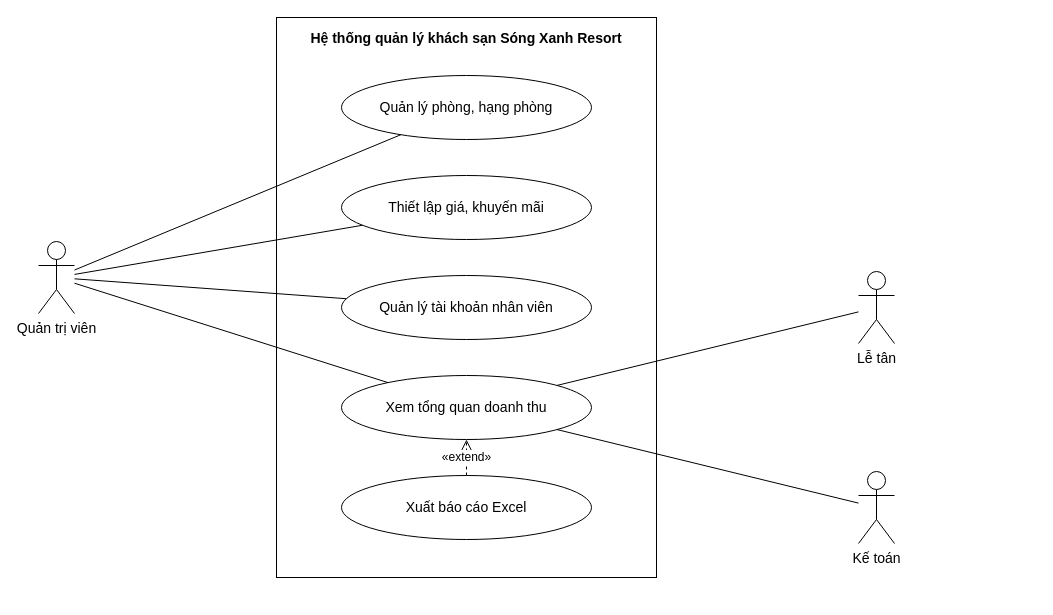
The draw.io diagram docs/use-case/uc5-quan-tri-phong-gia.drawio in ngynquchn2511/beach-hotel, before the edit. Source tidied: cells renumbered, new cells numbered last; positions are measured from the earlier drawing's top-left corner, leaving out a move shared by most shapes. Both pictures are drawn from the tidied source at 100%, with x=0, y=0 at pixel (38, 17).
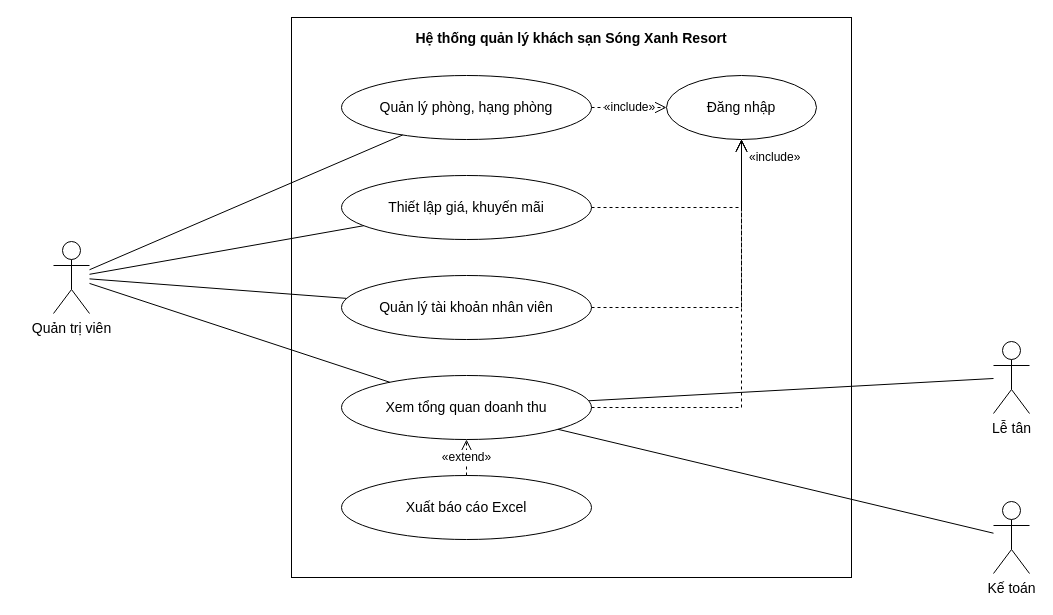
The same diagram, later.

Unchanged cells that the change refers to:
```xml
<mxCell id="3" value="Quản lý phòng, hạng phòng" style="fontFamily=Arial;fontColor=#000000;ellipse;whiteSpace=wrap;html=1;fillColor=#FFFFFF;strokeColor=#000000;fontSize=14;" parent="1" vertex="1">
  <mxGeometry x="303" y="58" width="250" height="64" as="geometry" />
</mxCell>
<mxCell id="4" value="Thiết lập giá, khuyến mãi" style="fontFamily=Arial;fontColor=#000000;ellipse;whiteSpace=wrap;html=1;fillColor=#FFFFFF;strokeColor=#000000;fontSize=14;" parent="1" vertex="1">
  <mxGeometry x="303" y="158" width="250" height="64" as="geometry" />
</mxCell>
<mxCell id="5" value="Quản lý tài khoản nhân viên" style="fontFamily=Arial;fontColor=#000000;ellipse;whiteSpace=wrap;html=1;fillColor=#FFFFFF;strokeColor=#000000;fontSize=14;" parent="1" vertex="1">
  <mxGeometry x="303" y="258" width="250" height="64" as="geometry" />
</mxCell>
<mxCell id="6" value="Xem tổng quan doanh thu" style="fontFamily=Arial;fontColor=#000000;ellipse;whiteSpace=wrap;html=1;fillColor=#FFFFFF;strokeColor=#000000;fontSize=14;" parent="1" vertex="1">
  <mxGeometry x="303" y="358" width="250" height="64" as="geometry" />
</mxCell>
<mxCell id="7" value="Xuất báo cáo Excel" style="fontFamily=Arial;fontColor=#000000;ellipse;whiteSpace=wrap;html=1;fillColor=#FFFFFF;strokeColor=#000000;fontSize=14;" parent="1" vertex="1">
  <mxGeometry x="303" y="458" width="250" height="64" as="geometry" />
</mxCell>
```

Diff of the diagram source:
```diff
@@
     <mxCell id="2" value="Hệ thống quản lý khách sạn Sóng Xanh Resort" style="fontFamily=Arial;fontColor=#000000;rounded=0;whiteSpace=wrap;html=1;verticalAlign=top;fontStyle=1;fontSize=14;fillColor=none;strokeColor=#000000;spacingTop=6;" parent="1" vertex="1">
-      <mxGeometry x="238" width="380" height="560" as="geometry" />
+      <mxGeometry x="253" width="560" height="560" as="geometry" />
     </mxCell>
@@
-    <mxCell id="8" value="Quản trị viên" style="fontFamily=Arial;fontColor=#000000;shape=umlActor;verticalLabelPosition=bottom;verticalAlign=top;html=1;outlineConnect=0;fillColor=#FFFFFF;strokeColor=#000000;fontSize=14;" parent="1" vertex="1">
-      <mxGeometry y="224" width="36" height="72" as="geometry" />
+    <mxCell id="8" value="Đăng nhập" style="fontFamily=Arial;fontColor=#000000;ellipse;whiteSpace=wrap;html=1;fillColor=#FFFFFF;strokeColor=#000000;fontSize=14;" parent="1" vertex="1">
+      <mxGeometry x="628" y="58" width="150" height="64" as="geometry" />
     </mxCell>
+    <mxCell id="18" value="«include»" style="fontFamily=Arial;fontColor=#000000;endArrow=open;endSize=10;dashed=1;html=1;strokeColor=#000000;rounded=0;fontSize=12;labelBackgroundColor=#FFFFFF;exitX=1;exitY=0.5;exitDx=0;exitDy=0;exitPerimeter=0;entryX=0;entryY=0.5;entryDx=0;entryDy=0;entryPerimeter=0;" parent="1" edge="1" source="3" target="8">
+      <mxGeometry relative="1" as="geometry" />
+    </mxCell>
+    <mxCell id="19" style="fontFamily=Arial;fontColor=#000000;endArrow=open;endSize=10;dashed=1;html=1;strokeColor=#000000;rounded=0;fontSize=12;labelBackgroundColor=#FFFFFF;exitX=1;exitY=0.5;exitDx=0;exitDy=0;exitPerimeter=0;entryX=0.5;entryY=1;entryDx=0;entryDy=0;entryPerimeter=0;" parent="1" edge="1" source="4" target="8">
+      <mxGeometry relative="1" as="geometry">
+        <Array as="points">
+          <mxPoint x="703" y="190" />
+        </Array>
+      </mxGeometry>
+    </mxCell>
+    <mxCell id="11" style="fontFamily=Arial;fontColor=#000000;endArrow=open;endSize=10;dashed=1;html=1;strokeColor=#000000;rounded=0;fontSize=12;labelBackgroundColor=#FFFFFF;exitX=1;exitY=0.5;exitDx=0;exitDy=0;exitPerimeter=0;entryX=0.5;entryY=1;entryDx=0;entryDy=0;entryPerimeter=0;" parent="1" edge="1" source="5" target="8">
+      <mxGeometry relative="1" as="geometry">
+        <Array as="points">
+          <mxPoint x="703" y="290" />
+        </Array>
+      </mxGeometry>
+    </mxCell>
+    <mxCell id="12" style="fontFamily=Arial;fontColor=#000000;endArrow=open;endSize=10;dashed=1;html=1;strokeColor=#000000;rounded=0;fontSize=12;labelBackgroundColor=#FFFFFF;exitX=1;exitY=0.5;exitDx=0;exitDy=0;exitPerimeter=0;entryX=0.5;entryY=1;entryDx=0;entryDy=0;entryPerimeter=0;" parent="1" edge="1" source="6" target="8">
+      <mxGeometry relative="1" as="geometry">
+        <Array as="points">
+          <mxPoint x="703" y="390" />
+        </Array>
+      </mxGeometry>
+    </mxCell>
+    <mxCell id="20" value="«include»" style="fontFamily=Arial;fontColor=#000000;text;html=1;align=left;verticalAlign=middle;fontSize=12;strokeColor=none;fillColor=none;" parent="1" vertex="1">
+      <mxGeometry x="709" y="130" width="80" height="20" as="geometry" />
+    </mxCell>
+    <mxCell id="21" value="Quản trị viên" style="fontFamily=Arial;fontColor=#000000;shape=umlActor;verticalLabelPosition=bottom;verticalAlign=top;html=1;outlineConnect=0;fillColor=#FFFFFF;strokeColor=#000000;fontSize=14;" parent="1" vertex="1">
+      <mxGeometry x="15" y="224" width="36" height="72" as="geometry" />
+    </mxCell>
     <mxCell id="9" value="Lễ tân" style="fontFamily=Arial;fontColor=#000000;shape=umlActor;verticalLabelPosition=bottom;verticalAlign=top;html=1;outlineConnect=0;fillColor=#FFFFFF;strokeColor=#000000;fontSize=14;" parent="1" vertex="1">
-      <mxGeometry x="820" y="254" width="36" height="72" as="geometry" />
+      <mxGeometry x="955" y="324" width="36" height="72" as="geometry" />
     </mxCell>
     <mxCell id="10" value="Kế toán" style="fontFamily=Arial;fontColor=#000000;shape=umlActor;verticalLabelPosition=bottom;verticalAlign=top;html=1;outlineConnect=0;fillColor=#FFFFFF;strokeColor=#000000;fontSize=14;" parent="1" vertex="1">
-      <mxGeometry x="820" y="454" width="36" height="72" as="geometry" />
+      <mxGeometry x="955" y="484" width="36" height="72" as="geometry" />
     </mxCell>
-    <mxCell id="11" style="fontFamily=Arial;fontColor=#000000;endArrow=none;html=1;strokeColor=#000000;rounded=0;" parent="1" edge="1" source="8" target="3">
-      <mxGeometry relative="1" as="geometry" />
-    </mxCell>
-    <mxCell id="12" style="fontFamily=Arial;fontColor=#000000;endArrow=none;html=1;strokeColor=#000000;rounded=0;" parent="1" edge="1" source="8" target="4">
-      <mxGeometry relative="1" as="geometry" />
-    </mxCell>
-    <mxCell id="13" style="fontFamily=Arial;fontColor=#000000;endArrow=none;html=1;strokeColor=#000000;rounded=0;" parent="1" edge="1" source="8" target="5">
-      <mxGeometry relative="1" as="geometry" />
-    </mxCell>
-    <mxCell id="14" style="fontFamily=Arial;fontColor=#000000;endArrow=none;html=1;strokeColor=#000000;rounded=0;" parent="1" edge="1" source="8" target="6">
-      <mxGeometry relative="1" as="geometry" />
-    </mxCell>
+    <mxCell id="17" style="fontFamily=Arial;fontColor=#000000;endArrow=none;html=1;strokeColor=#000000;rounded=0;" parent="1" edge="1" source="21" target="3">
+      <mxGeometry relative="1" as="geometry" />
+    </mxCell>
+    <mxCell id="22" style="fontFamily=Arial;fontColor=#000000;endArrow=none;html=1;strokeColor=#000000;rounded=0;" parent="1" edge="1" source="21" target="4">
+      <mxGeometry relative="1" as="geometry" />
+    </mxCell>
+    <mxCell id="23" style="fontFamily=Arial;fontColor=#000000;endArrow=none;html=1;strokeColor=#000000;rounded=0;" parent="1" edge="1" source="21" target="5">
+      <mxGeometry relative="1" as="geometry" />
+    </mxCell>
+    <mxCell id="24" style="fontFamily=Arial;fontColor=#000000;endArrow=none;html=1;strokeColor=#000000;rounded=0;" parent="1" edge="1" source="21" target="6">
+      <mxGeometry relative="1" as="geometry" />
+    </mxCell>
@@
-    <mxCell id="17" value="«extend»" style="fontFamily=Arial;fontColor=#000000;endArrow=open;endSize=10;dashed=1;html=1;strokeColor=#000000;rounded=0;fontSize=12;labelBackgroundColor=#FFFFFF;exitX=0.5;exitY=0;exitDx=0;exitDy=0;exitPerimeter=0;entryX=0.5;entryY=1;entryDx=0;entryDy=0;entryPerimeter=0;" parent="1" edge="1" source="7" target="6">
-      <mxGeometry relative="1" as="geometry" />
-    </mxCell>
+    <mxCell id="25" value="«extend»" style="fontFamily=Arial;fontColor=#000000;endArrow=open;endSize=10;dashed=1;html=1;strokeColor=#000000;rounded=0;fontSize=12;labelBackgroundColor=#FFFFFF;exitX=0.5;exitY=0;exitDx=0;exitDy=0;exitPerimeter=0;entryX=0.5;entryY=1;entryDx=0;entryDy=0;entryPerimeter=0;" parent="1" edge="1" source="7" target="6">
+      <mxGeometry relative="1" as="geometry" />
+    </mxCell>
```
